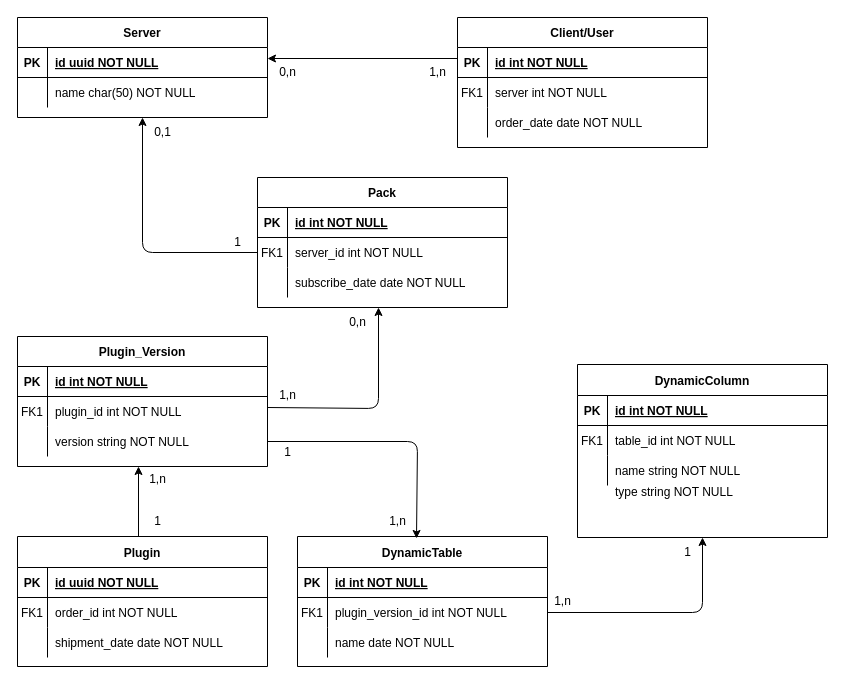
This is MCD_Backend.drawio from SharedAPI/SharedBackend, a draw.io file, before an edit. Source tidied: cells renumbered, new cells numbered last; positions are measured from the earlier drawing's top-left corner, leaving out a move shared by most shapes. Both pictures are drawn from the tidied source at 100%, with x=0, y=0 at pixel (17, 17).
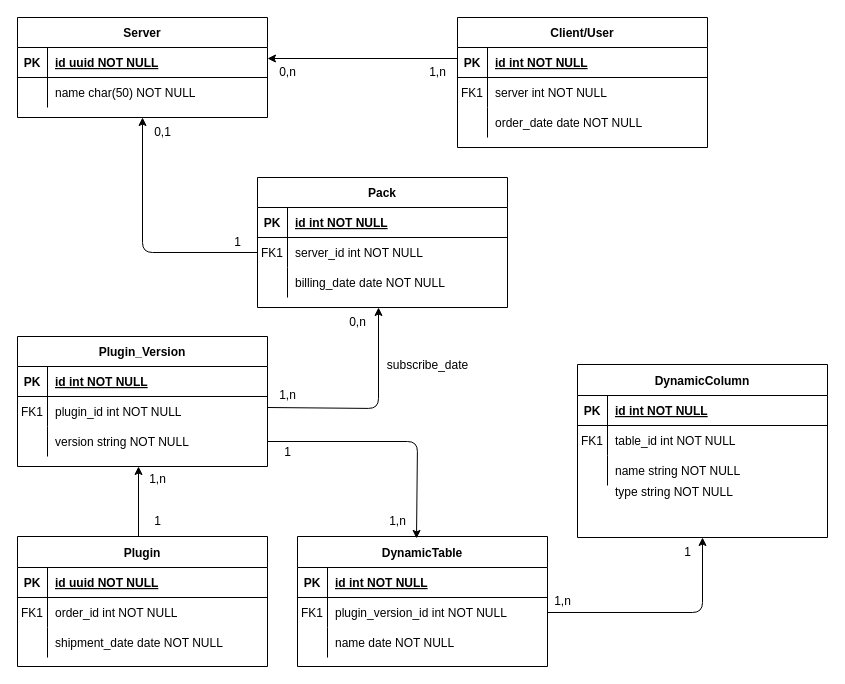
Above is the later version.

Unchanged cells that the change refers to:
```xml
<mxCell id="52" style="shape=partialRectangle;fillColor=none;top=0;left=0;right=0;bottom=0;" parent="45" vertex="1">
  <mxGeometry y="90" width="250" height="30" as="geometry" />
</mxCell>
```

Change to the diagram source:
```diff
@@
-    <mxCell id="54" value="subscribe_date date NOT NULL" style="shape=partialRectangle;overflow=hidden;fillColor=none;top=0;left=0;bottom=0;right=0;align=left;spacingLeft=6;" parent="52" vertex="1">
+    <mxCell id="54" value="billing_date date NOT NULL" style="shape=partialRectangle;overflow=hidden;fillColor=none;top=0;left=0;bottom=0;right=0;align=left;spacingLeft=6;" parent="52" vertex="1">
       <mxGeometry x="30" width="220" height="30" as="geometry" />
     </mxCell>
@@
+    <mxCell id="88" value="subscribe_date" style="text;html=1;align=center;verticalAlign=middle;strokeColor=none;fillColor=none;" parent="1" vertex="1">
+      <mxGeometry x="360" y="333" width="100" height="30" as="geometry" />
+    </mxCell>
```
